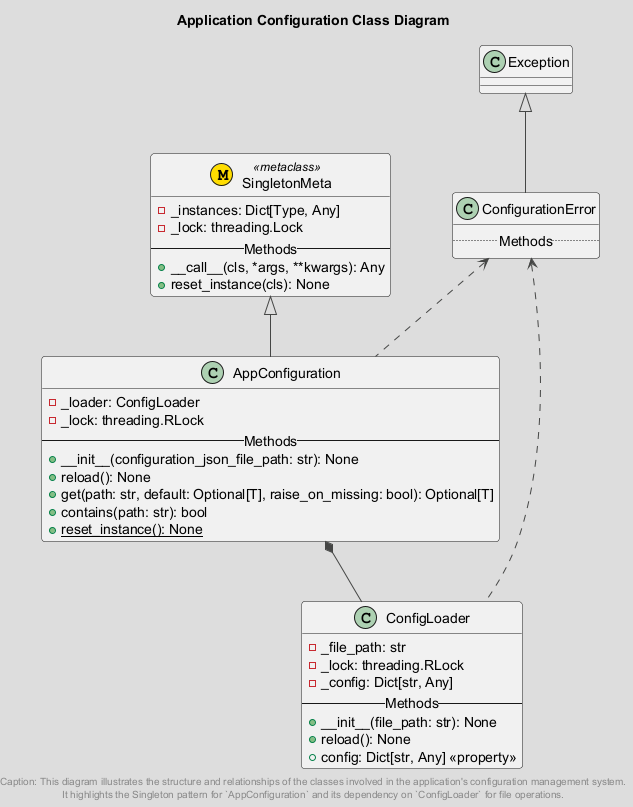
Earlier version of the PlantUML export aws/cinema/docs/app_configuration.png (ongzhixian/PersonalFinanceTracker).
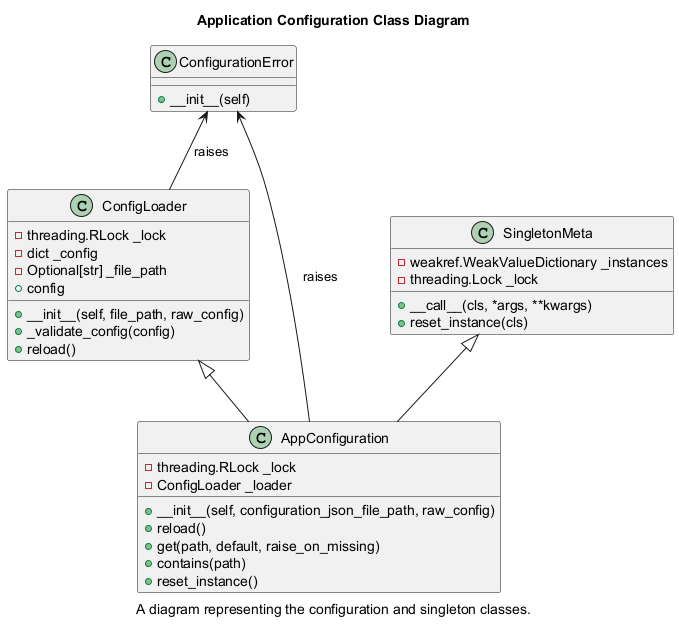
Later version of the same file.

Commit message:
update app_configuration

What changed in the source:
```diff
@@ -1,51 +1,41 @@
 @startuml
-!theme toy
+title Application Configuration Class Diagram
+caption A diagram representing the configuration and singleton classes.
 
-title Application Configuration Class Diagram
-
-class ConfigurationError extends Exception {
-    .. Methods ..
+class ConfigurationError {
+    + __init__(self)
 }
 
-class SingletonMeta << (M, #FFDD00) metaclass >> {
-    - _instances: Dict[Type, Any]
-    - _lock: threading.Lock
-    -- Methods --
-    + __call__(cls, *args, **kwargs): Any
-    + reset_instance(cls): None
+class SingletonMeta {
+    - weakref.WeakValueDictionary _instances
+    - threading.Lock _lock
+    + __call__(cls, *args, **kwargs)
+    + reset_instance(cls)
 }
 
 class ConfigLoader {
-    - _file_path: str
-    - _lock: threading.RLock
-    - _config: Dict[str, Any]
-    -- Methods --
-    + __init__(file_path: str): None
-    + reload(): None
-    + config: Dict[str, Any] <<property>>
+    - threading.RLock _lock
+    - dict _config
+    - Optional[str] _file_path
+    + __init__(self, file_path, raw_config)
+    + _validate_config(config)
+    + reload()
+    + config
 }
 
 class AppConfiguration {
-    - _loader: ConfigLoader
-    - _lock: threading.RLock
-    -- Methods --
-    + __init__(configuration_json_file_path: str): None
-    + reload(): None
-    + get(path: str, default: Optional[T], raise_on_missing: bool): Optional[T]
-    + contains(path: str): bool
-    + {static} reset_instance(): None
+    - threading.RLock _lock
+    - ConfigLoader _loader
+    + __init__(self, configuration_json_file_path, raw_config)
+    + reload()
+    + get(path, default, raise_on_missing)
+    + contains(path)
+    + reset_instance()
 }
 
 SingletonMeta <|-- AppConfiguration
-
-AppConfiguration *-- ConfigLoader
-
-ConfigurationError <.. ConfigLoader
-ConfigurationError <.. AppConfiguration
-
-footer
-Caption: This diagram illustrates the structure and relationships of the classes involved in the application's configuration management system.
-It highlights the Singleton pattern for `AppConfiguration` and its dependency on `ConfigLoader` for file operations.
-end footer
+ConfigLoader <|-- AppConfiguration
+ConfigurationError <-- ConfigLoader : raises
+ConfigurationError <-- AppConfiguration : raises
 
 @enduml
```
